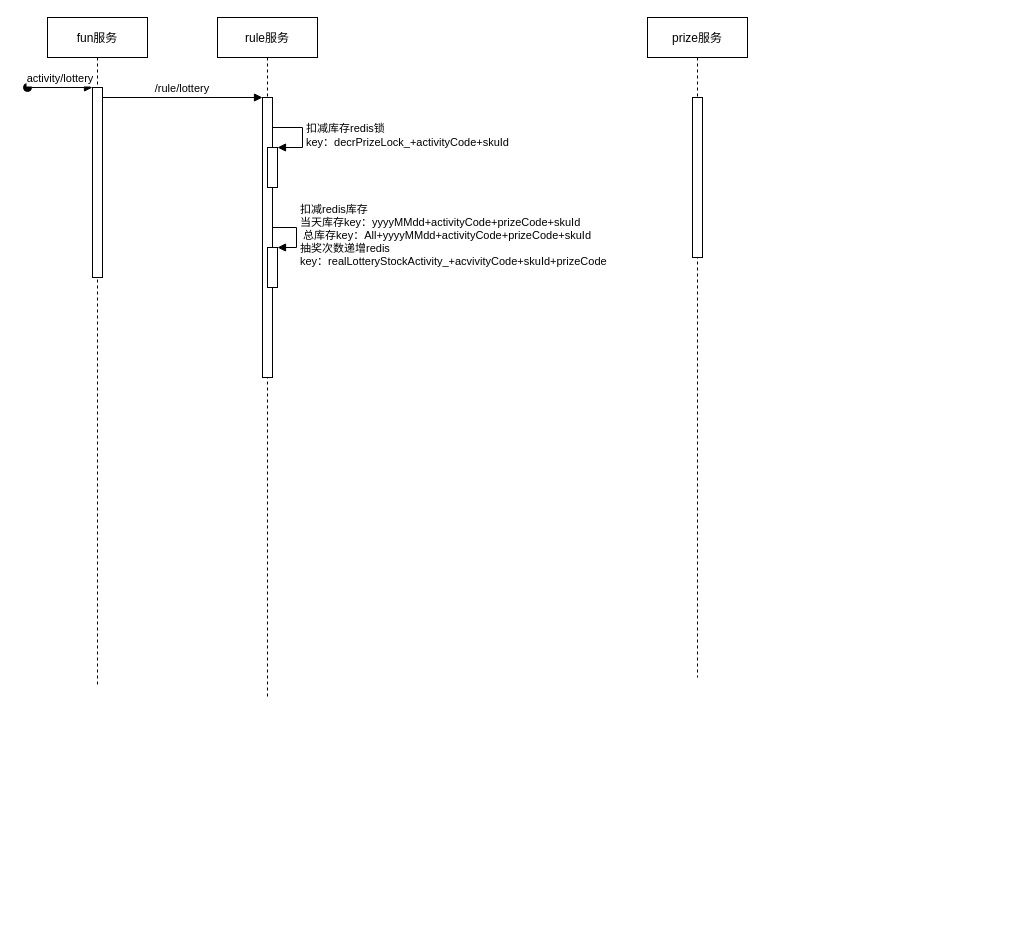
MrPeachHua/draw1 keeps this draw.io diagram as lottery.drawio. Above is the earlier version. Source tidied: cells renumbered, new cells numbered last; positions are measured from the earlier drawing's top-left corner, leaving out a move shared by most shapes. Both pictures are drawn from the tidied source at 100%, with x=0, y=0 at pixel (27, 17).
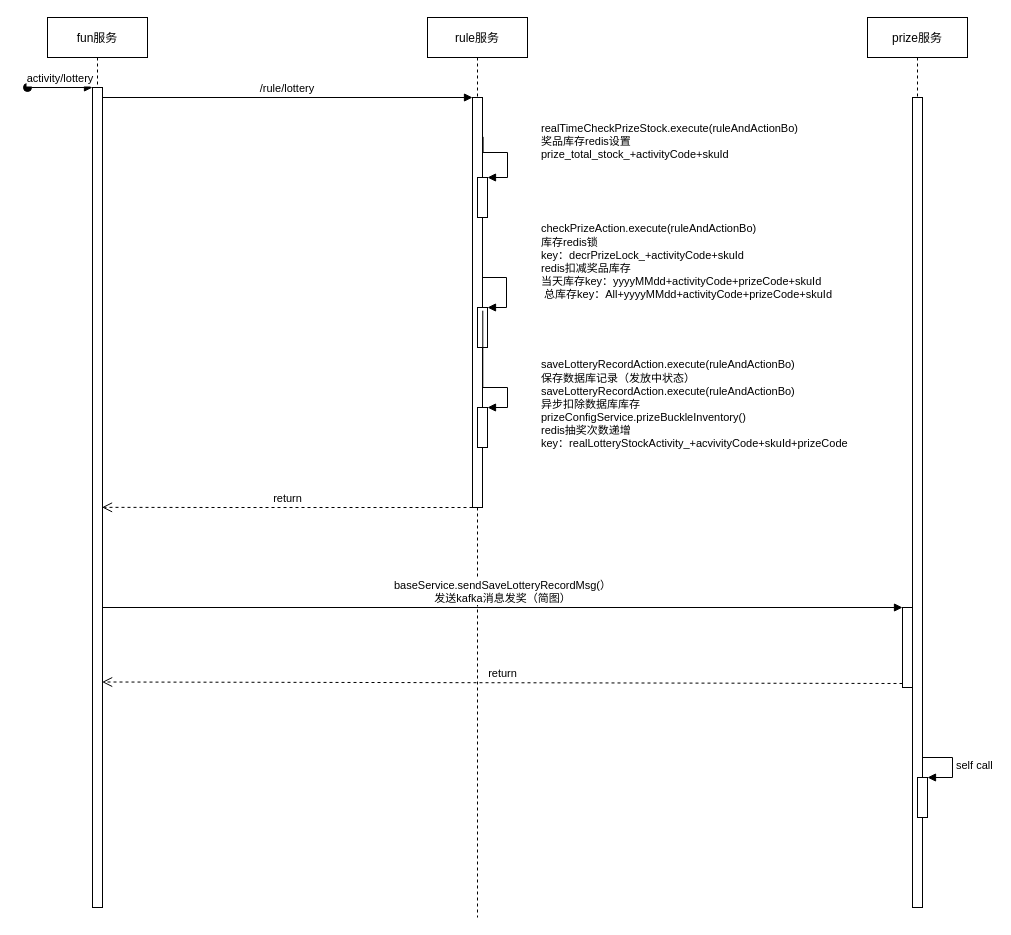
After the change.

The edit, as a diff of the source:
```diff
@@
     <mxCell id="2" value="fun服务" style="shape=umlLifeline;perimeter=lifelinePerimeter;rounded=0;shadow=0;strokeWidth=1;" parent="1" vertex="1">
-      <mxGeometry x="20" width="100" height="670" as="geometry" />
+      <mxGeometry x="20" width="100" height="890" as="geometry" />
     </mxCell>
     <mxCell id="3" style="points=[];perimeter=orthogonalPerimeter;rounded=0;shadow=0;strokeWidth=1;" parent="2" vertex="1">
-      <mxGeometry x="45" y="70" width="10" height="190" as="geometry" />
+      <mxGeometry x="45" y="70" width="10" height="820" as="geometry" />
     </mxCell>
@@
     <mxCell id="5" value="rule服务" style="shape=umlLifeline;perimeter=lifelinePerimeter;rounded=0;shadow=0;strokeWidth=1;" parent="1" vertex="1">
-      <mxGeometry x="190" width="100" height="680" as="geometry" />
+      <mxGeometry x="400" width="100" height="900" as="geometry" />
     </mxCell>
     <mxCell id="6" style="points=[];perimeter=orthogonalPerimeter;rounded=0;shadow=0;strokeWidth=1;" parent="5" vertex="1">
-      <mxGeometry x="45" y="80" width="10" height="280" as="geometry" />
+      <mxGeometry x="45" y="80" width="10" height="410" as="geometry" />
     </mxCell>
-    <mxCell id="7" style="html=1;points=[];perimeter=orthogonalPerimeter;" parent="5" vertex="1">
-      <mxGeometry x="50" y="130" width="10" height="40" as="geometry" />
-    </mxCell>
-    <mxCell id="8" value="扣减库存redis锁&lt;br&gt;key：decrPrizeLock_+activityCode+skuId&lt;br&gt;" style="edgeStyle=orthogonalEdgeStyle;html=1;align=left;spacingLeft=2;endArrow=block;rounded=0;entryX=1;entryY=0;" parent="5" edge="1" target="7">
-      <mxGeometry relative="1" as="geometry">
-        <mxPoint x="55" y="110" as="sourcePoint" />
-        <Array as="points">
-          <mxPoint x="85" y="110" />
-        </Array>
-      </mxGeometry>
-    </mxCell>
     <mxCell id="9" style="html=1;points=[];perimeter=orthogonalPerimeter;" parent="5" vertex="1">
-      <mxGeometry x="50" y="230" width="10" height="40" as="geometry" />
+      <mxGeometry x="50" y="290" width="10" height="40" as="geometry" />
     </mxCell>
-    <mxCell id="10" value="&lt;div&gt;&lt;span style=&quot;font-size: 11px;&quot;&gt;扣减redis库存&lt;/span&gt;&lt;/div&gt;&lt;div&gt;&lt;span style=&quot;font-size: 11px;&quot;&gt;当天库存key：yyyyMMdd+activityCode+prizeCode+skuId&amp;nbsp;&amp;nbsp;&lt;/span&gt;&lt;/div&gt;&lt;div&gt;&lt;span style=&quot;font-size: 11px;&quot;&gt;&amp;nbsp;总库存key：All+yyyyMMdd+activityCode+prizeCode+skuId&amp;nbsp;&lt;/span&gt;&lt;/div&gt;&lt;div&gt;&lt;span style=&quot;font-size: 11px;&quot;&gt;抽奖次数递增redis&lt;/span&gt;&lt;br&gt;&lt;span style=&quot;font-size: 11px;&quot;&gt;key：realLotteryStockActivity_+acvivityCode+skuId+prizeCode&lt;/span&gt;&lt;br&gt;&lt;/div&gt;" style="edgeStyle=orthogonalEdgeStyle;html=1;align=left;spacingLeft=2;endArrow=block;rounded=0;entryX=1;entryY=0;" parent="5" edge="1" target="9">
-      <mxGeometry relative="1" as="geometry">
-        <mxPoint x="55" y="210" as="sourcePoint" />
+    <mxCell id="10" value="&lt;div&gt;&lt;span style=&quot;font-size: 11px;&quot;&gt;checkPrizeAction.execute(ruleAndActionBo)&lt;/span&gt;&lt;br&gt;&lt;/div&gt;&lt;div&gt;库存redis锁&lt;br&gt;key：decrPrizeLock_+activityCode+skuId&lt;span style=&quot;font-size: 11px;&quot;&gt;&lt;br&gt;&lt;/span&gt;&lt;/div&gt;&lt;div&gt;&lt;span style=&quot;font-size: 11px;&quot;&gt;redis扣减奖品库存&lt;/span&gt;&lt;/div&gt;&lt;div&gt;&lt;span style=&quot;font-size: 11px;&quot;&gt;当天库存key：yyyyMMdd+activityCode+prizeCode+skuId&amp;nbsp;&amp;nbsp;&lt;/span&gt;&lt;/div&gt;&lt;div&gt;&lt;span style=&quot;font-size: 11px;&quot;&gt;&amp;nbsp;总库存key：All+yyyyMMdd+activityCode+prizeCode+skuId&amp;nbsp;&lt;/span&gt;&lt;/div&gt;&lt;div&gt;&lt;br&gt;&lt;/div&gt;" style="edgeStyle=orthogonalEdgeStyle;html=1;align=left;spacingLeft=2;endArrow=block;rounded=0;entryX=1;entryY=0;" parent="5" edge="1" target="9">
+      <mxGeometry x="0.05" y="33" relative="1" as="geometry">
+        <mxPoint x="55" y="230" as="sourcePoint" />
         <Array as="points">
-          <mxPoint x="79" y="210" />
+          <mxPoint x="55" y="260" />
+          <mxPoint x="79" y="260" />
+          <mxPoint x="79" y="290" />
         </Array>
+        <mxPoint x="-2" y="-9" as="offset" />
       </mxGeometry>
     </mxCell>
+    <mxCell id="14" style="html=1;points=[];perimeter=orthogonalPerimeter;" parent="5" vertex="1">
+      <mxGeometry x="50" y="160" width="10" height="40" as="geometry" />
+    </mxCell>
+    <mxCell id="15" value="realTimeCheckPrizeStock.execute(ruleAndActionBo)&lt;br&gt;奖品库存redis设置&lt;br&gt;&lt;span style=&quot;font-size: 11px;&quot;&gt;prize_total_stock_+activityCode+skuId&lt;/span&gt;" style="edgeStyle=orthogonalEdgeStyle;html=1;align=left;spacingLeft=2;endArrow=block;rounded=0;entryX=1;entryY=0;exitX=1.06;exitY=0.096;exitDx=0;exitDy=0;exitPerimeter=0;" parent="5" edge="1" source="6" target="14">
+      <mxGeometry x="0.03" y="34" relative="1" as="geometry">
+        <Array as="points">
+          <mxPoint x="56" y="135" />
+          <mxPoint x="80" y="135" />
+          <mxPoint x="80" y="160" />
+        </Array>
+        <mxPoint x="-4" y="-15" as="offset" />
+      </mxGeometry>
+    </mxCell>
+    <mxCell id="16" style="html=1;points=[];perimeter=orthogonalPerimeter;" parent="5" vertex="1">
+      <mxGeometry x="50" y="390" width="10" height="40" as="geometry" />
+    </mxCell>
+    <mxCell id="17" value="saveLotteryRecordAction.execute(ruleAndActionBo)&lt;br&gt;保存数据库记录（发放中状态）&lt;br&gt;&lt;span style=&quot;font-size: 11px;&quot;&gt;saveLotteryRecordAction.execute(ruleAndActionBo)&lt;/span&gt;&lt;br&gt;异步扣除数据库库存&lt;br&gt;&lt;span style=&quot;font-size: 11px;&quot;&gt;prizeConfigService.prizeBuckleInventory()&lt;br&gt;&lt;/span&gt;redis抽奖次数递增&lt;br&gt;key：realLotteryStockActivity_+acvivityCode+skuId+prizeCode&lt;span style=&quot;font-size: 11px;&quot;&gt;&lt;br&gt;&lt;/span&gt;" style="edgeStyle=orthogonalEdgeStyle;html=1;align=left;spacingLeft=2;endArrow=block;rounded=0;entryX=1;entryY=0;exitX=1.028;exitY=0.52;exitDx=0;exitDy=0;exitPerimeter=0;" parent="5" edge="1" source="6" target="16">
+      <mxGeometry x="0.7" y="30" relative="1" as="geometry">
+        <Array as="points">
+          <mxPoint x="55" y="370" />
+          <mxPoint x="80" y="370" />
+          <mxPoint x="80" y="390" />
+        </Array>
+        <mxPoint y="-1" as="offset" />
+      </mxGeometry>
+    </mxCell>
@@
     <mxCell id="12" value="prize服务" style="shape=umlLifeline;perimeter=lifelinePerimeter;rounded=0;shadow=0;strokeWidth=1;" parent="1" vertex="1">
-      <mxGeometry x="620" width="100" height="660" as="geometry" />
+      <mxGeometry x="840" width="100" height="890" as="geometry" />
     </mxCell>
     <mxCell id="13" style="perimeter=orthogonalPerimeter;rounded=0;shadow=0;strokeWidth=1;" parent="12" vertex="1">
-      <mxGeometry x="45" y="80" width="10" height="160" as="geometry" />
+      <mxGeometry x="45" y="80" width="10" height="810" as="geometry" />
     </mxCell>
+    <mxCell id="18" style="html=1;points=[];perimeter=orthogonalPerimeter;" parent="12" vertex="1">
+      <mxGeometry x="35" y="590" width="10" height="80" as="geometry" />
+    </mxCell>
+    <mxCell id="19" style="html=1;points=[];perimeter=orthogonalPerimeter;" parent="12" vertex="1">
+      <mxGeometry x="50" y="760" width="10" height="40" as="geometry" />
+    </mxCell>
+    <mxCell id="20" value="self call" style="edgeStyle=orthogonalEdgeStyle;html=1;align=left;spacingLeft=2;endArrow=block;rounded=0;entryX=1;entryY=0;" parent="12" edge="1" target="19">
+      <mxGeometry relative="1" as="geometry">
+        <mxPoint x="55" y="740" as="sourcePoint" />
+        <Array as="points">
+          <mxPoint x="85" y="740" />
+        </Array>
+      </mxGeometry>
+    </mxCell>
+    <mxCell id="21" value="&lt;span style=&quot;font-size: 11px;&quot;&gt;baseService.sendSaveLotteryRecordMsg(）&lt;/span&gt;&lt;br&gt;发送kafka消息发奖（简图）" style="html=1;verticalAlign=bottom;endArrow=block;entryX=0;entryY=0;rounded=0;" parent="1" edge="1" source="3" target="18">
+      <mxGeometry relative="1" as="geometry" />
+    </mxCell>
+    <mxCell id="22" value="return" style="html=1;verticalAlign=bottom;endArrow=open;dashed=1;endSize=8;exitX=0;exitY=0.95;rounded=0;entryX=0.964;entryY=0.725;entryDx=0;entryDy=0;entryPerimeter=0;" parent="1" edge="1" source="18" target="3">
+      <mxGeometry relative="1" as="geometry" />
+    </mxCell>
+    <mxCell id="23" value="return" style="html=1;verticalAlign=bottom;endArrow=open;dashed=1;endSize=8;rounded=0;entryX=0.952;entryY=0.512;entryDx=0;entryDy=0;entryPerimeter=0;" parent="1" edge="1" source="6" target="3">
+      <mxGeometry relative="1" as="geometry">
+        <Array as="points">
+          <mxPoint x="190" y="490" />
+        </Array>
+      </mxGeometry>
+    </mxCell>
```
